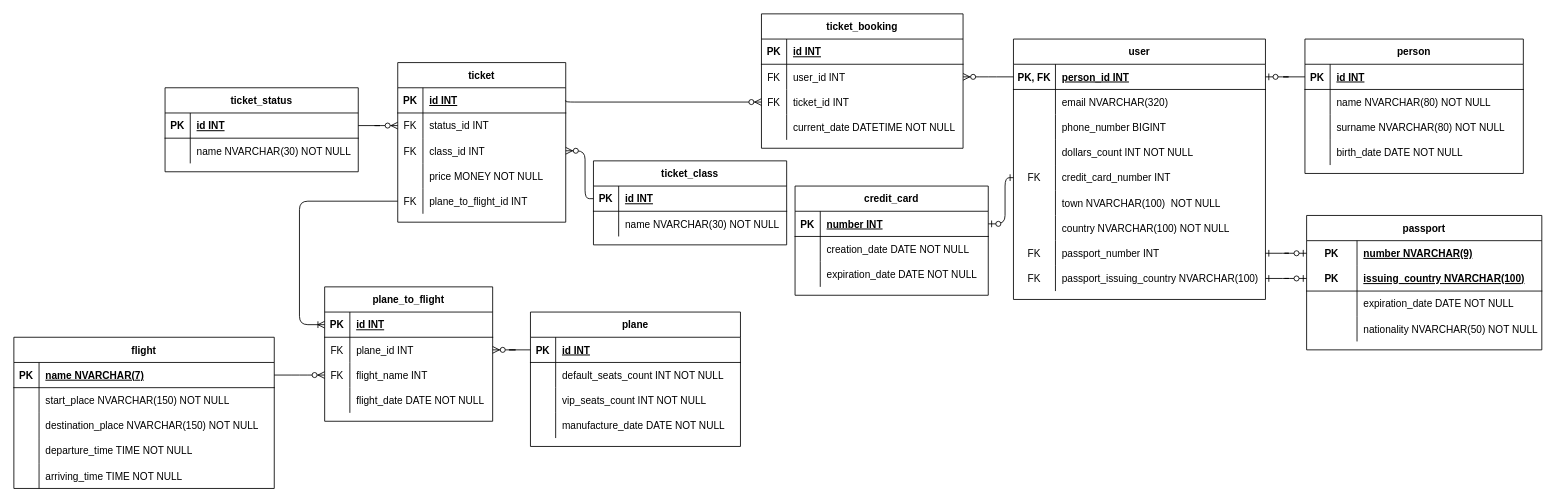
Above: Pictures/Relational scheme.drawio in I-delver-I/air-tickets-search-and-booking-DB (draw.io), before the change. Source tidied: cells renumbered, new cells numbered last; positions are measured from the earlier drawing's top-left corner, leaving out a move shared by most shapes. Both pictures are drawn from the tidied source at 84%, with x=0, y=0 at pixel (13, 13).
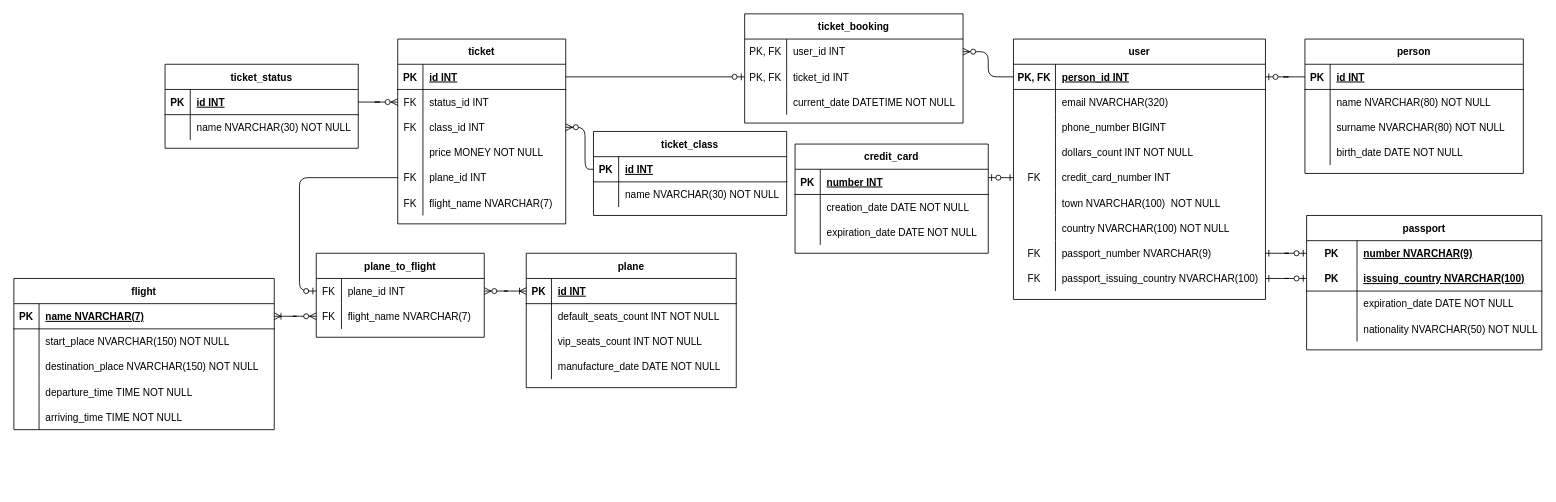
Above is the later version.

Unchanged cells that the change refers to:
```xml
<mxCell id="15" style="shape=partialRectangle;fillColor=none;top=0;left=0;bottom=0;right=0;points=[[0,0.5],[1,0.5]];portConstraint=eastwest;" parent="2" vertex="1">
  <mxGeometry y="150" width="300" height="30" as="geometry" />
</mxCell>
<mxCell id="24" style="shape=partialRectangle;fillColor=none;top=0;left=0;bottom=0;right=0;points=[[0,0.5],[1,0.5]];portConstraint=eastwest;" parent="2" vertex="1">
  <mxGeometry y="240" width="300" height="30" as="geometry" />
</mxCell>
<mxCell id="77" style="shape=partialRectangle;fillColor=none;top=0;left=0;bottom=1;right=0;points=[[0,0.5],[1,0.5]];portConstraint=eastwest;" parent="76" vertex="1">
  <mxGeometry y="30" width="200" height="30" as="geometry" />
</mxCell>
<mxCell id="83" style="shape=partialRectangle;fillColor=none;top=0;left=0;bottom=0;right=0;points=[[0,0.5],[1,0.5]];portConstraint=eastwest;" parent="76" vertex="1">
  <mxGeometry y="90" width="200" height="30" as="geometry" />
</mxCell>
<mxCell id="89" style="shape=partialRectangle;fillColor=none;top=0;left=0;bottom=0;right=0;points=[[0,0.5],[1,0.5]];portConstraint=eastwest;" parent="76" vertex="1">
  <mxGeometry y="150" width="200" height="30" as="geometry" />
</mxCell>
<mxCell id="93" style="shape=partialRectangle;fillColor=none;top=0;left=0;bottom=1;right=0;points=[[0,0.5],[1,0.5]];portConstraint=eastwest;" parent="92" vertex="1">
  <mxGeometry y="30" width="230" height="30" as="geometry" />
</mxCell>
<mxCell id="113" style="shape=partialRectangle;fillColor=none;top=0;left=0;bottom=1;right=0;points=[[0,0.5],[1,0.5]];portConstraint=eastwest;" parent="112" vertex="1">
  <mxGeometry y="30" width="310" height="30" as="geometry" />
</mxCell>
<mxCell id="129" style="shape=partialRectangle;fillColor=none;top=0;left=0;bottom=1;right=0;points=[[0,0.5],[1,0.5]];portConstraint=eastwest;" parent="128" vertex="1">
  <mxGeometry y="30" width="250" height="30" as="geometry" />
</mxCell>
<mxCell id="142" style="shape=partialRectangle;fillColor=none;top=0;left=0;bottom=1;right=0;points=[[0,0.5],[1,0.5]];portConstraint=eastwest;" parent="141" vertex="1">
  <mxGeometry y="30" width="230" height="30" as="geometry" />
</mxCell>
```

Change to the diagram source:
```diff
@@
-    <mxCell id="26" value="passport_number INT" style="shape=partialRectangle;fillColor=none;top=0;left=0;bottom=0;right=0;align=left;spacingLeft=6;overflow=hidden;" parent="24" vertex="1">
+    <mxCell id="26" value="passport_number NVARCHAR(9)" style="shape=partialRectangle;fillColor=none;top=0;left=0;bottom=0;right=0;align=left;spacingLeft=6;overflow=hidden;" parent="24" vertex="1">
       <mxGeometry x="50" width="250" height="30" as="geometry" />
     </mxCell>
@@
     <mxCell id="56" value="ticket_booking" style="shape=table;startSize=30;childLayout=tableLayout;rowLines=0;fontStyle=1;align=center;" parent="1" vertex="1">
-      <mxGeometry x="890" width="240" height="160" as="geometry" />
+      <mxGeometry x="870" width="260" height="130" as="geometry" />
     </mxCell>
-    <mxCell id="57" style="shape=partialRectangle;fillColor=none;top=0;left=0;bottom=1;right=0;" parent="56" vertex="1">
-      <mxGeometry y="30" width="240" height="30" as="geometry" />
-    </mxCell>
-    <mxCell id="58" value="PK" style="shape=partialRectangle;fillColor=none;top=0;left=0;bottom=0;right=0;fontStyle=1;overflow=hidden;" parent="57" vertex="1">
-      <mxGeometry width="30" height="30" as="geometry" />
-    </mxCell>
-    <mxCell id="59" value="id INT" style="shape=partialRectangle;fillColor=none;top=0;left=0;bottom=0;right=0;align=left;spacingLeft=6;fontStyle=5;overflow=hidden;" parent="57" vertex="1">
-      <mxGeometry x="30" width="210" height="30" as="geometry" />
-    </mxCell>
     <mxCell id="60" style="shape=partialRectangle;fillColor=none;top=0;left=0;bottom=0;right=0;points=[[0,0.5],[1,0.5]];portConstraint=eastwest;" parent="56" vertex="1">
-      <mxGeometry y="60" width="240" height="30" as="geometry" />
+      <mxGeometry y="30" width="260" height="30" as="geometry" />
     </mxCell>
-    <mxCell id="61" value="FK" style="shape=partialRectangle;fillColor=none;top=0;left=0;bottom=0;right=0;overflow=hidden;" parent="60" vertex="1">
-      <mxGeometry width="30" height="30" as="geometry" />
+    <mxCell id="61" value="PK, FK" style="shape=partialRectangle;fillColor=none;top=0;left=0;bottom=0;right=0;overflow=hidden;" parent="60" vertex="1">
+      <mxGeometry width="50" height="30" as="geometry" />
     </mxCell>
     <mxCell id="62" value="user_id INT" style="shape=partialRectangle;fillColor=none;top=0;left=0;bottom=0;right=0;align=left;spacingLeft=6;overflow=hidden;" parent="60" vertex="1">
-      <mxGeometry x="30" width="210" height="30" as="geometry" />
+      <mxGeometry x="50" width="210" height="30" as="geometry" />
     </mxCell>
     <mxCell id="63" style="shape=partialRectangle;fillColor=none;top=0;left=0;bottom=0;right=0;points=[[0,0.5],[1,0.5]];portConstraint=eastwest;" parent="56" vertex="1">
-      <mxGeometry y="90" width="240" height="30" as="geometry" />
+      <mxGeometry y="60" width="260" height="30" as="geometry" />
     </mxCell>
-    <mxCell id="64" value="FK" style="shape=partialRectangle;fillColor=none;top=0;left=0;bottom=0;right=0;overflow=hidden;" parent="63" vertex="1">
-      <mxGeometry width="30" height="30" as="geometry" />
+    <mxCell id="64" value="PK, FK" style="shape=partialRectangle;fillColor=none;top=0;left=0;bottom=0;right=0;overflow=hidden;" parent="63" vertex="1">
+      <mxGeometry width="50" height="30" as="geometry" />
     </mxCell>
     <mxCell id="65" value="ticket_id INT " style="shape=partialRectangle;fillColor=none;top=0;left=0;bottom=0;right=0;align=left;spacingLeft=6;overflow=hidden;" parent="63" vertex="1">
-      <mxGeometry x="30" width="210" height="30" as="geometry" />
+      <mxGeometry x="50" width="210" height="30" as="geometry" />
     </mxCell>
     <mxCell id="66" style="shape=partialRectangle;fillColor=none;top=0;left=0;bottom=0;right=0;" parent="56" vertex="1">
-      <mxGeometry y="120" width="240" height="30" as="geometry" />
+      <mxGeometry y="90" width="260" height="30" as="geometry" />
     </mxCell>
     <mxCell id="67" style="shape=partialRectangle;fillColor=none;top=0;left=0;bottom=0;right=0;overflow=hidden;" parent="66" vertex="1">
-      <mxGeometry width="30" height="30" as="geometry" />
+      <mxGeometry width="50" height="30" as="geometry" />
     </mxCell>
     <mxCell id="68" value="current_date DATETIME NOT NULL" style="shape=partialRectangle;fillColor=none;top=0;left=0;bottom=0;right=0;align=left;spacingLeft=6;overflow=hidden;" parent="66" vertex="1">
-      <mxGeometry x="30" width="210" height="30" as="geometry" />
+      <mxGeometry x="50" width="210" height="30" as="geometry" />
     </mxCell>
     <mxCell id="69" value="ticket_status" style="shape=table;startSize=30;childLayout=tableLayout;rowLines=0;fontStyle=1;align=center;" parent="1" vertex="1">
-      <mxGeometry x="180" y="88" width="230" height="100" as="geometry" />
+      <mxGeometry x="180" y="60" width="230" height="100" as="geometry" />
     </mxCell>
@@
     <mxCell id="76" value="ticket" style="shape=table;startSize=30;childLayout=tableLayout;rowLines=0;fontStyle=1;align=center;" parent="1" vertex="1">
-      <mxGeometry x="457" y="58" width="200" height="190" as="geometry" />
+      <mxGeometry x="457" y="30" width="200" height="220" as="geometry" />
     </mxCell>
@@
-    <mxCell id="91" value="plane_to_flight_id INT" style="shape=partialRectangle;fillColor=none;top=0;left=0;bottom=0;right=0;align=left;spacingLeft=6;overflow=hidden;" parent="89" vertex="1">
+    <mxCell id="91" value="plane_id INT" style="shape=partialRectangle;fillColor=none;top=0;left=0;bottom=0;right=0;align=left;spacingLeft=6;overflow=hidden;" parent="89" vertex="1">
       <mxGeometry x="30" width="170" height="30" as="geometry" />
     </mxCell>
+    <mxCell id="162" style="shape=partialRectangle;fillColor=none;top=0;left=0;bottom=0;right=0;" parent="76" vertex="1">
+      <mxGeometry y="180" width="200" height="30" as="geometry" />
+    </mxCell>
+    <mxCell id="163" value="FK" style="shape=partialRectangle;fillColor=none;top=0;left=0;bottom=0;right=0;overflow=hidden;" parent="162" vertex="1">
+      <mxGeometry width="30" height="30" as="geometry" />
+    </mxCell>
+    <mxCell id="164" value="flight_name NVARCHAR(7)" style="shape=partialRectangle;fillColor=none;top=0;left=0;bottom=0;right=0;align=left;spacingLeft=6;overflow=hidden;" parent="162" vertex="1">
+      <mxGeometry x="30" width="170" height="30" as="geometry" />
+    </mxCell>
     <mxCell id="92" value="ticket_class" style="shape=table;startSize=30;childLayout=tableLayout;rowLines=0;fontStyle=1;align=center;" parent="1" vertex="1">
-      <mxGeometry x="690" y="175" width="230" height="100" as="geometry" />
+      <mxGeometry x="690" y="140" width="230" height="100" as="geometry" />
     </mxCell>
@@
     <mxCell id="99" value="plane_to_flight" style="shape=table;startSize=30;childLayout=tableLayout;rowLines=0;fontStyle=1;align=center;" parent="1" vertex="1">
-      <mxGeometry x="370" y="325" width="200" height="160" as="geometry" />
+      <mxGeometry x="360" y="285" width="200" height="100" as="geometry" />
     </mxCell>
-    <mxCell id="100" style="shape=partialRectangle;fillColor=none;top=0;left=0;bottom=1;right=0;points=[[0,0.5],[1,0.5]];portConstraint=eastwest;" parent="99" vertex="1">
-      <mxGeometry y="30" width="200" height="30" as="geometry" />
-    </mxCell>
-    <mxCell id="101" value="PK" style="shape=partialRectangle;fillColor=none;top=0;left=0;bottom=0;right=0;fontStyle=1;overflow=hidden;" parent="100" vertex="1">
-      <mxGeometry width="30" height="30" as="geometry" />
-    </mxCell>
-    <mxCell id="102" value="id INT" style="shape=partialRectangle;fillColor=none;top=0;left=0;bottom=0;right=0;align=left;spacingLeft=6;fontStyle=5;overflow=hidden;" parent="100" vertex="1">
-      <mxGeometry x="30" width="170" height="30" as="geometry" />
-    </mxCell>
     <mxCell id="103" style="shape=partialRectangle;fillColor=none;top=0;left=0;bottom=0;right=0;points=[[0,0.5],[1,0.5]];portConstraint=eastwest;" parent="99" vertex="1">
-      <mxGeometry y="60" width="200" height="30" as="geometry" />
+      <mxGeometry y="30" width="200" height="30" as="geometry" />
     </mxCell>
@@
     <mxCell id="106" style="shape=partialRectangle;fillColor=none;top=0;left=0;bottom=0;right=0;points=[[0,0.5],[1,0.5]];portConstraint=eastwest;" parent="99" vertex="1">
-      <mxGeometry y="90" width="200" height="30" as="geometry" />
+      <mxGeometry y="60" width="200" height="30" as="geometry" />
     </mxCell>
@@
-    <mxCell id="108" value="flight_name INT" style="shape=partialRectangle;fillColor=none;top=0;left=0;bottom=0;right=0;align=left;spacingLeft=6;overflow=hidden;" parent="106" vertex="1">
+    <mxCell id="108" value="flight_name NVARCHAR(7)" style="shape=partialRectangle;fillColor=none;top=0;left=0;bottom=0;right=0;align=left;spacingLeft=6;overflow=hidden;" parent="106" vertex="1">
       <mxGeometry x="30" width="170" height="30" as="geometry" />
     </mxCell>
-    <mxCell id="109" style="shape=partialRectangle;fillColor=none;top=0;left=0;bottom=0;right=0;" parent="99" vertex="1">
-      <mxGeometry y="120" width="200" height="30" as="geometry" />
-    </mxCell>
-    <mxCell id="110" style="shape=partialRectangle;fillColor=none;top=0;left=0;bottom=0;right=0;overflow=hidden;" parent="109" vertex="1">
-      <mxGeometry width="30" height="30" as="geometry" />
-    </mxCell>
-    <mxCell id="111" value="flight_date DATE NOT NULL" style="shape=partialRectangle;fillColor=none;top=0;left=0;bottom=0;right=0;align=left;spacingLeft=6;overflow=hidden;" parent="109" vertex="1">
-      <mxGeometry x="30" width="170" height="30" as="geometry" />
-    </mxCell>
     <mxCell id="112" value="flight" style="shape=table;startSize=30;childLayout=tableLayout;rowLines=0;fontStyle=1;align=center;" parent="1" vertex="1">
-      <mxGeometry y="385" width="310" height="180" as="geometry" />
+      <mxGeometry y="315" width="310" height="180" as="geometry" />
     </mxCell>
@@
     <mxCell id="128" value="plane" style="shape=table;startSize=30;childLayout=tableLayout;rowLines=0;fontStyle=1;align=center;" parent="1" vertex="1">
-      <mxGeometry x="615" y="355" width="250" height="160" as="geometry" />
+      <mxGeometry x="610" y="285" width="250" height="160" as="geometry" />
     </mxCell>
@@
     <mxCell id="141" value="credit_card" style="shape=table;startSize=30;childLayout=tableLayout;rowLines=0;fontStyle=1;align=center;" parent="1" vertex="1">
-      <mxGeometry x="930" y="205" width="230" height="130" as="geometry" />
+      <mxGeometry x="930" y="155" width="230" height="130" as="geometry" />
     </mxCell>
@@
-    <mxCell id="153" style="edgeStyle=orthogonalEdgeStyle;fontSize=12;html=1;endArrow=ERzeroToMany;endFill=1;exitX=1;exitY=0.5;exitDx=0;exitDy=0;entryX=0;entryY=0.5;entryDx=0;entryDy=0;" parent="1" edge="1" source="77" target="63">
+    <mxCell id="153" style="edgeStyle=orthogonalEdgeStyle;fontSize=12;html=1;endArrow=ERzeroToOne;endFill=1;exitX=1;exitY=0.5;exitDx=0;exitDy=0;entryX=0;entryY=0.5;entryDx=0;entryDy=0;" parent="1" edge="1" source="77" target="63">
       <mxGeometry relative="1" as="geometry">
         <Array as="points">
-          <mxPoint x="657" y="105" />
+          <mxPoint x="760" y="75" />
+          <mxPoint x="760" y="75" />
         </Array>
       </mxGeometry>
     </mxCell>
@@
     <mxCell id="155" style="edgeStyle=orthogonalEdgeStyle;fontSize=12;html=1;endArrow=ERzeroToMany;endFill=1;exitX=0;exitY=0.5;exitDx=0;exitDy=0;entryX=1;entryY=0.5;entryDx=0;entryDy=0;" parent="1" edge="1" source="93" target="83">
       <mxGeometry relative="1" as="geometry">
         <Array as="points">
-          <mxPoint x="680" y="220" />
-          <mxPoint x="680" y="163" />
+          <mxPoint x="680" y="185" />
+          <mxPoint x="680" y="135" />
         </Array>
       </mxGeometry>
     </mxCell>
@@
-    <mxCell id="158" style="edgeStyle=entityRelationEdgeStyle;fontSize=12;html=1;endArrow=ERzeroToMany;endFill=1;exitX=1;exitY=0.5;exitDx=0;exitDy=0;entryX=0;entryY=0.5;entryDx=0;entryDy=0;" parent="1" edge="1" source="113" target="106">
+    <mxCell id="158" style="edgeStyle=entityRelationEdgeStyle;fontSize=12;html=1;endArrow=ERzeroToMany;endFill=1;exitX=1;exitY=0.5;exitDx=0;exitDy=0;entryX=0;entryY=0.5;entryDx=0;entryDy=0;startArrow=ERoneToMany;startFill=0;" parent="1" edge="1" source="113" target="106">
       <mxGeometry relative="1" as="geometry" />
     </mxCell>
-    <mxCell id="159" style="edgeStyle=entityRelationEdgeStyle;fontSize=12;html=1;endArrow=ERzeroToMany;endFill=1;exitX=0;exitY=0.5;exitDx=0;exitDy=0;entryX=1;entryY=0.5;entryDx=0;entryDy=0;" parent="1" edge="1" source="129" target="103">
+    <mxCell id="159" style="edgeStyle=entityRelationEdgeStyle;fontSize=12;html=1;endArrow=ERzeroToMany;endFill=1;exitX=0;exitY=0.5;exitDx=0;exitDy=0;entryX=1;entryY=0.5;entryDx=0;entryDy=0;startArrow=ERoneToMany;startFill=0;" parent="1" edge="1" source="129" target="103">
       <mxGeometry relative="1" as="geometry" />
     </mxCell>
-    <mxCell id="160" style="edgeStyle=orthogonalEdgeStyle;fontSize=12;html=1;endArrow=ERone;endFill=0;exitX=1;exitY=0.5;exitDx=0;exitDy=0;entryX=0;entryY=0.5;entryDx=0;entryDy=0;startArrow=ERzeroToOne;startFill=1;" parent="1" edge="1" source="142" target="15">
+    <mxCell id="160" style="edgeStyle=orthogonalEdgeStyle;fontSize=12;html=1;endArrow=ERone;endFill=0;entryX=0;entryY=0.5;entryDx=0;entryDy=0;startArrow=ERzeroToOne;startFill=1;" parent="1" edge="1" target="15">
       <mxGeometry relative="1" as="geometry">
+        <mxPoint x="1160" y="195" as="sourcePoint" />
         <Array as="points">
-          <mxPoint x="1180" y="250" />
-          <mxPoint x="1180" y="195" />
+          <mxPoint x="1160" y="195" />
         </Array>
       </mxGeometry>
     </mxCell>
-    <mxCell id="161" style="edgeStyle=orthogonalEdgeStyle;fontSize=12;html=1;endArrow=ERoneToMany;endFill=0;entryX=0;entryY=0.5;entryDx=0;entryDy=0;exitX=0;exitY=0.5;exitDx=0;exitDy=0;" parent="1" edge="1" source="89" target="100">
+    <mxCell id="161" style="edgeStyle=orthogonalEdgeStyle;fontSize=12;html=1;endArrow=ERzeroToOne;endFill=1;entryX=0;entryY=0.5;entryDx=0;entryDy=0;exitX=0;exitY=0.5;exitDx=0;exitDy=0;" parent="1" edge="1" source="89" target="103">
       <mxGeometry relative="1" as="geometry">
         <Array as="points">
-          <mxPoint x="340" y="223" />
-          <mxPoint x="340" y="370" />
+          <mxPoint x="340" y="195" />
+          <mxPoint x="340" y="330" />
         </Array>
       </mxGeometry>
     </mxCell>
```
